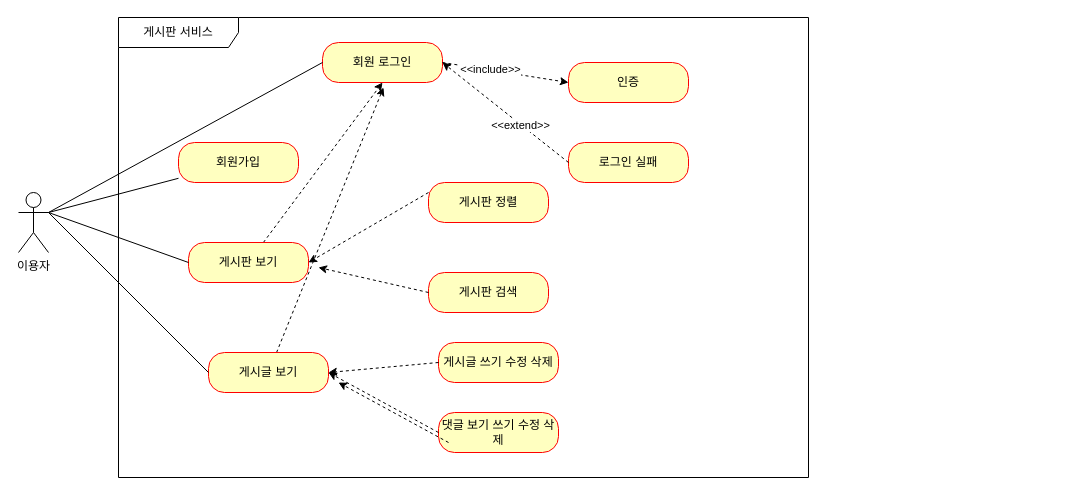
Earlier version of the draw.io diagram 제목 없는 다이어그램.drawio (Jeon-seongbin/board). Source tidied: cells renumbered, new cells numbered last; positions are measured from the earlier drawing's top-left corner, leaving out a move shared by most shapes. Both pictures are drawn from the tidied source at 100%, with x=0, y=0 at pixel (18, 17).
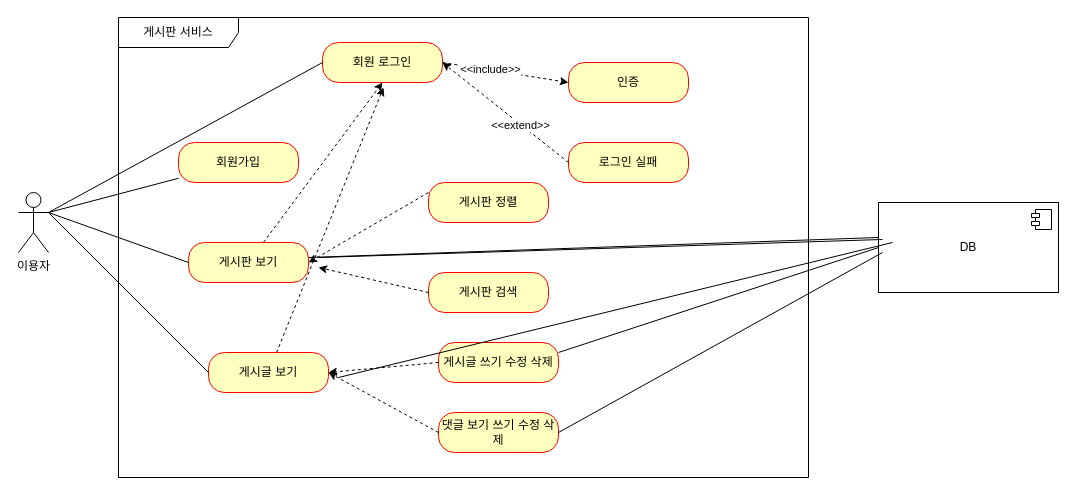
The same page after the edit.

Commit message (it also covers changes not shown here):
제목 없는 다이어그램.drawio 업데이트

Unchanged cells that the change refers to:
```xml
<mxCell id="15" value="게시글 쓰기 수정 삭제" style="rounded=1;whiteSpace=wrap;html=1;arcSize=40;fontColor=#000000;fillColor=#ffffc0;strokeColor=#ff0000;" parent="1" vertex="1">
  <mxGeometry x="420" y="325" width="120" height="40" as="geometry" />
</mxCell>
<mxCell id="16" value="댓글 보기 쓰기 수정 삭제" style="rounded=1;whiteSpace=wrap;html=1;arcSize=40;fontColor=#000000;fillColor=#ffffc0;strokeColor=#ff0000;" parent="1" vertex="1">
  <mxGeometry x="420" y="395" width="120" height="40" as="geometry" />
</mxCell>
```

The edit, as a diff of the source:
```diff
@@
-    <mxCell id="28" style="rounded=0;orthogonalLoop=1;jettySize=auto;html=1;dashed=1;exitX=0;exitY=0.5;exitDx=0;exitDy=0;entryX=1;entryY=0.5;entryDx=0;entryDy=0;" parent="1" edge="1">
-      <mxGeometry relative="1" as="geometry">
-        <mxPoint x="430" y="425" as="sourcePoint" />
-        <mxPoint x="320" y="365" as="targetPoint" />
-      </mxGeometry>
-    </mxCell>
+    <mxCell id="29" value="DB" style="html=1;whiteSpace=wrap;" parent="1" vertex="1">
+      <mxGeometry x="860" y="185" width="180" height="90" as="geometry" />
+    </mxCell>
+    <mxCell id="30" style="shape=module;jettyWidth=8;jettyHeight=4;" parent="29" vertex="1">
+      <mxGeometry x="1" width="20" height="20" relative="1" as="geometry">
+        <mxPoint x="-27" y="7" as="offset" />
+      </mxGeometry>
+    </mxCell>
+    <mxCell id="31" style="rounded=0;orthogonalLoop=1;jettySize=auto;html=1;endArrow=none;endFill=0;strokeColor=default;exitX=0;exitY=0.5;exitDx=0;exitDy=0;" parent="1" edge="1">
+      <mxGeometry relative="1" as="geometry">
+        <mxPoint x="874" y="225" as="sourcePoint" />
+        <mxPoint x="320" y="360" as="targetPoint" />
+      </mxGeometry>
+    </mxCell>
+    <mxCell id="32" style="rounded=0;jettySize=auto;html=1;endArrow=none;endFill=0;strokeColor=default;exitX=0.022;exitY=0.411;exitDx=0;exitDy=0;exitPerimeter=0;" parent="1" edge="1" source="29">
+      <mxGeometry relative="1" as="geometry">
+        <mxPoint x="300" y="240" as="targetPoint" />
+      </mxGeometry>
+    </mxCell>
+    <mxCell id="33" style="rounded=0;orthogonalLoop=1;jettySize=auto;html=1;endArrow=none;endFill=0;strokeColor=default;" parent="1" edge="1">
+      <mxGeometry relative="1" as="geometry">
+        <mxPoint x="860" y="220" as="sourcePoint" />
+        <mxPoint x="290" y="240" as="targetPoint" />
+      </mxGeometry>
+    </mxCell>
+    <mxCell id="34" style="rounded=0;jettySize=auto;html=1;endArrow=none;endFill=0;strokeColor=default;exitX=0;exitY=0.5;exitDx=0;exitDy=0;entryX=1;entryY=0.25;entryDx=0;entryDy=0;" parent="1" edge="1" source="29" target="15">
+      <mxGeometry relative="1" as="geometry" />
+    </mxCell>
+    <mxCell id="35" style="rounded=0;jettySize=auto;html=1;entryX=1;entryY=0.5;entryDx=0;entryDy=0;endArrow=none;endFill=0;strokeColor=default;exitX=0;exitY=0.5;exitDx=0;exitDy=0;" parent="1" edge="1" target="16">
+      <mxGeometry relative="1" as="geometry">
+        <mxPoint x="864" y="235" as="sourcePoint" />
+      </mxGeometry>
+    </mxCell>
```
